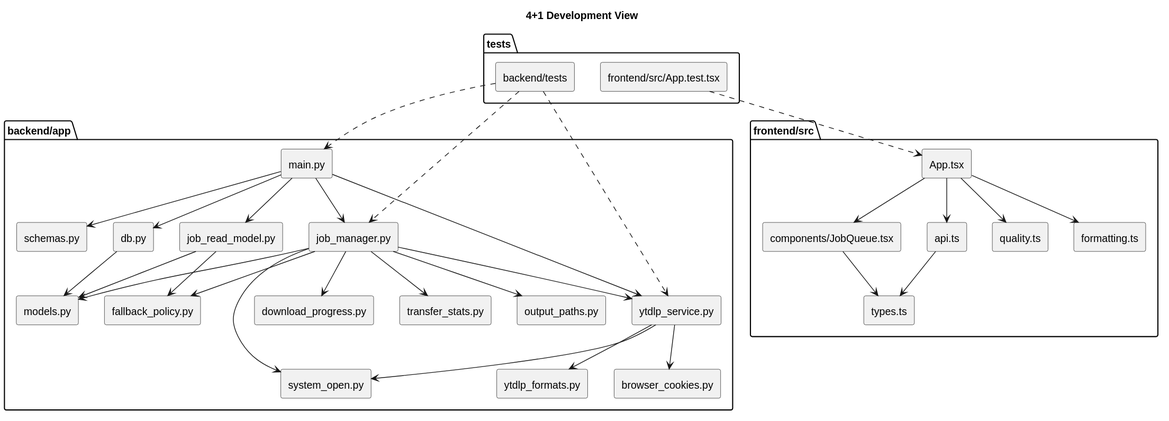
Above: docs/assets/diagrams/four-plus-one-development-view.svg in hnucjx/Design-and-Implementation-of-Database-Watermarking-Algorithms-Resistant-to-Brute-Force-Attacks. (PlantUML), before the change.
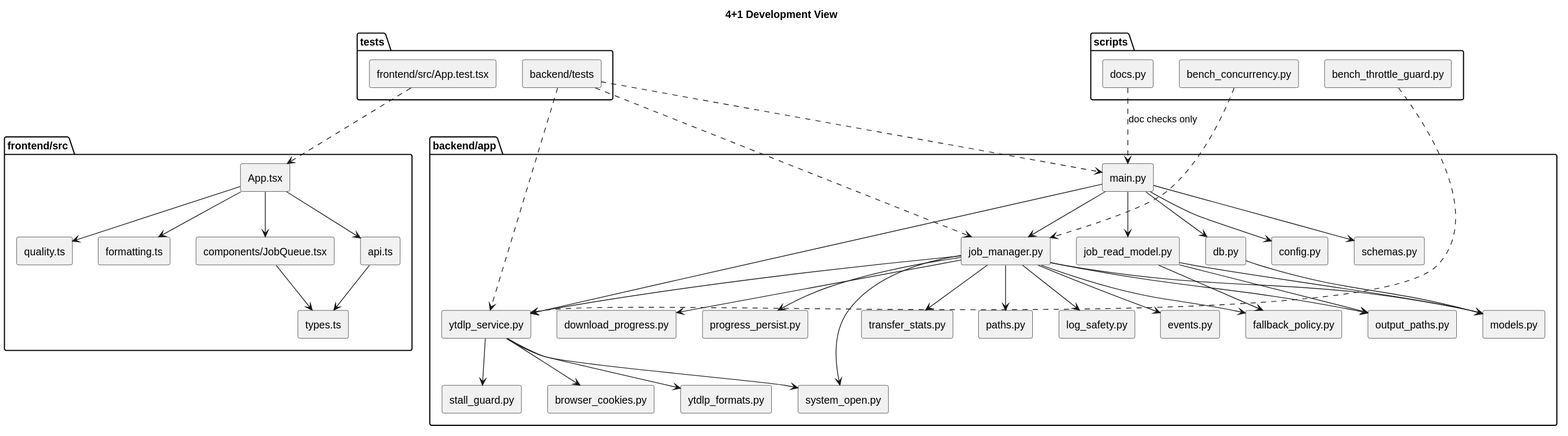
Above is the later version.

The edit, as a diff of the source:
```diff
@@ -14,24 +14,36 @@
 
 package "backend/app" {
   [main.py] as Main
+  [config.py] as Config
   [schemas.py] as Schemas
   [models.py] as Models
   [db.py] as DB
   [job_manager.py] as Manager
   [job_read_model.py] as ReadModel
+  [events.py] as Broker
   [ytdlp_service.py] as Service
   [ytdlp_formats.py] as FormatHelpers
+  [stall_guard.py] as StallGuard
   [fallback_policy.py] as Fallback
   [download_progress.py] as Progress
+  [progress_persist.py] as PersistGate
   [transfer_stats.py] as TransferStats
   [browser_cookies.py] as BrowserCookies
   [output_paths.py] as OutputPaths
+  [paths.py] as Paths
+  [log_safety.py] as LogSafety
   [system_open.py] as SystemOpen
 }
 
 package "tests" {
   [backend/tests] as BackendTests
   [frontend/src/App.test.tsx] as FrontendTests
+}
+
+package "scripts" {
+  [docs.py] as DocsScript
+  [bench_concurrency.py] as BenchConcurrency
+  [bench_throttle_guard.py] as BenchThrottle
 }
 
 App --> JobQueue
@@ -41,6 +53,7 @@
 ApiClient --> FrontendTypes
 JobQueue --> FrontendTypes
 
+Main --> Config
 Main --> Schemas
 Main --> Manager
 Main --> ReadModel
@@ -48,15 +61,21 @@
 Main --> DB
 Manager --> Models
 Manager --> Service
+Manager --> Broker
 Manager --> Fallback
 Manager --> Progress
+Manager --> PersistGate
 Manager --> TransferStats
 Manager --> OutputPaths
+Manager --> Paths
+Manager --> LogSafety
 Manager --> SystemOpen
 ReadModel --> Models
 ReadModel --> Fallback
+ReadModel --> OutputPaths
 Service --> FormatHelpers
 Service --> BrowserCookies
+Service --> StallGuard
 Service --> SystemOpen
 DB --> Models
 
@@ -64,4 +83,7 @@
 BackendTests ..> Manager
 BackendTests ..> Service
 FrontendTests ..> App
+BenchConcurrency ..> Manager
+BenchThrottle ..> Service
+DocsScript ..> Main : doc checks only
 @enduml
```
